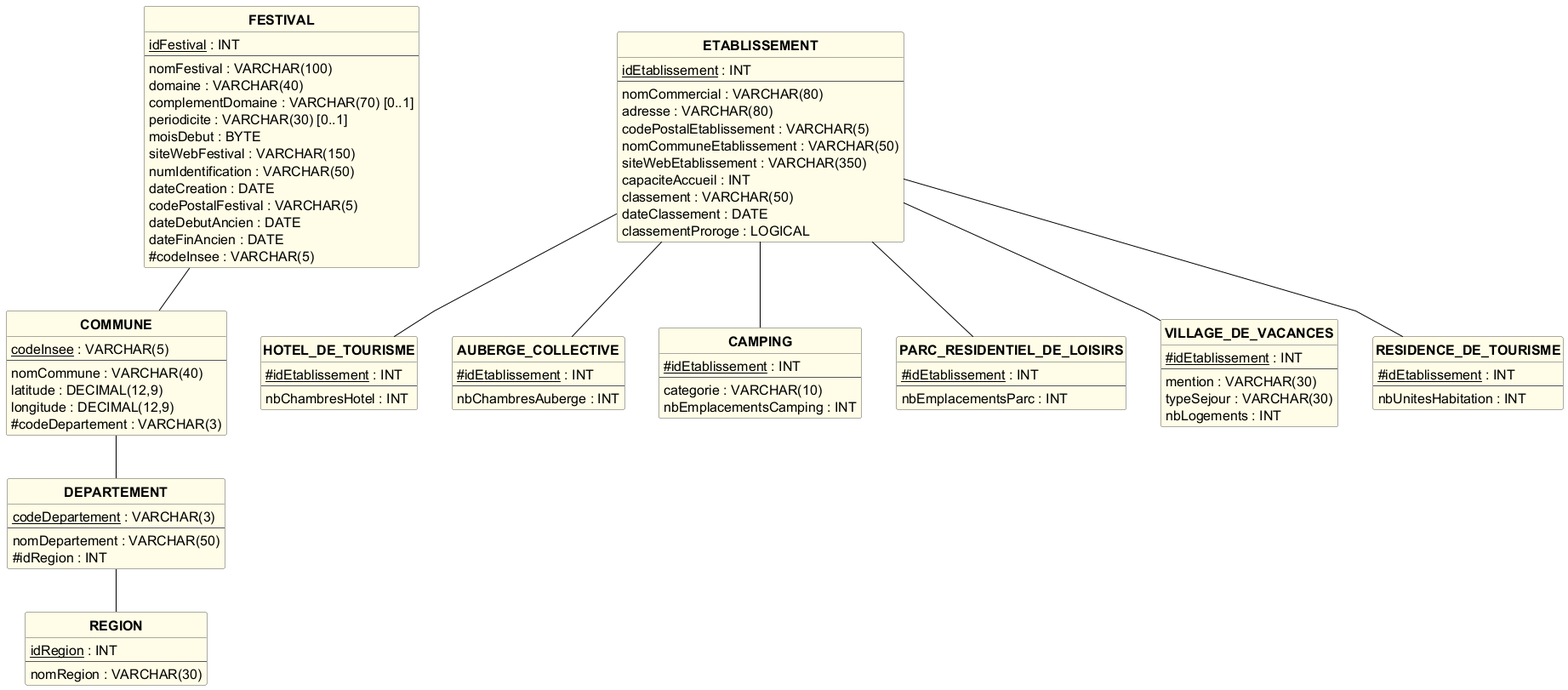
The PlantUML diagram docs/Output_Diagramme/MLD_retro_conception.png in GalsenBoy38/projet-bdi-2026, before a commit.
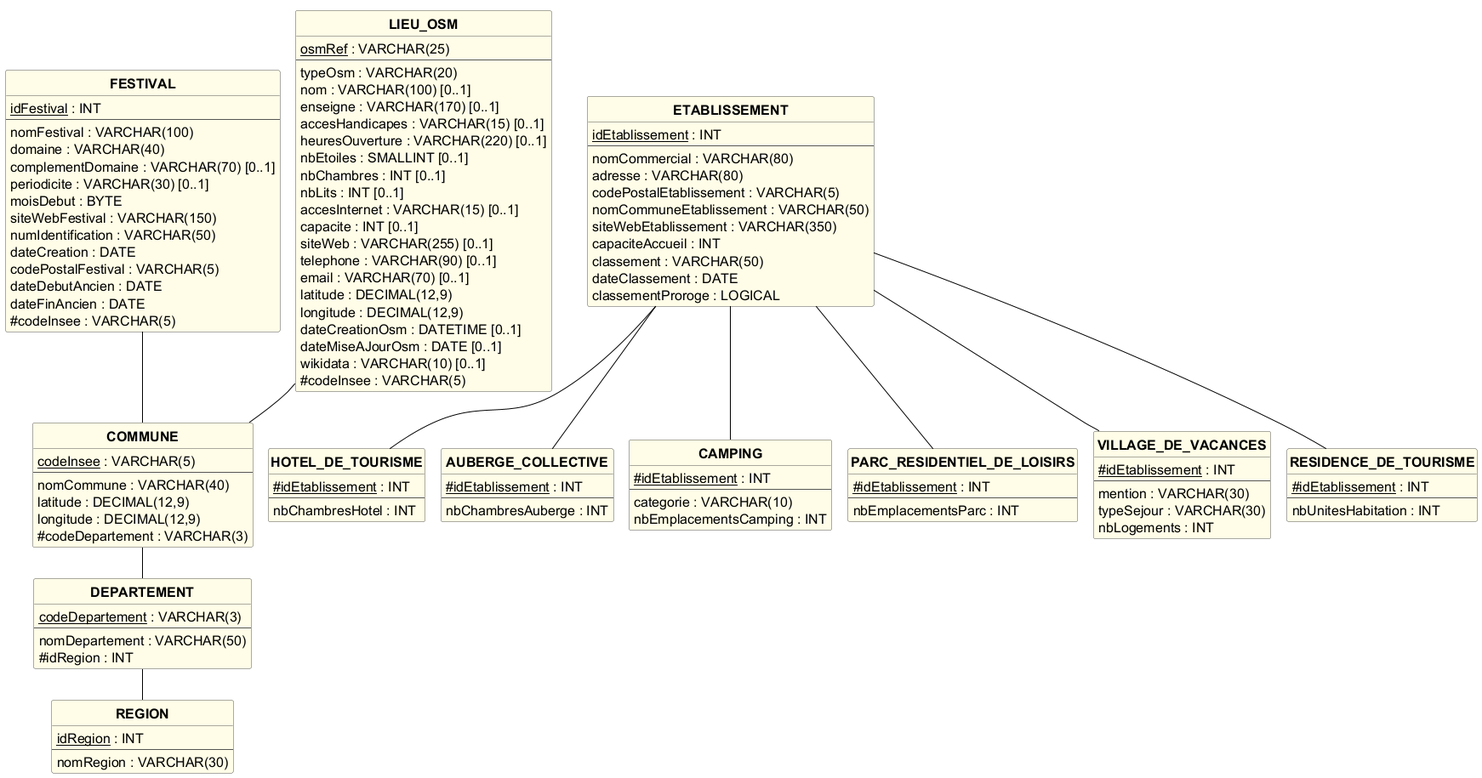
The same diagram one commit later.

Change to the diagram source:
```diff
@@ -1,4 +1,5 @@
 @startuml MLD_retro_conception
+!pragma layout smetana
 hide circle
 hide methods
 hide stereotype
@@ -108,7 +109,32 @@
   nbUnitesHabitation : INT
 }
 
+entity "LIEU_OSM" as LieuOsm {
+  <u>osmRef</u> : VARCHAR(25)
+  --
+  typeOsm : VARCHAR(20)
+  nom : VARCHAR(100) [0..1]
+  enseigne : VARCHAR(170) [0..1]
+  accesHandicapes : VARCHAR(15) [0..1]
+  heuresOuverture : VARCHAR(220) [0..1]
+  nbEtoiles : SMALLINT [0..1]
+  nbChambres : INT [0..1]
+  nbLits : INT [0..1]
+  accesInternet : VARCHAR(15) [0..1]
+  capacite : INT [0..1]
+  siteWeb : VARCHAR(255) [0..1]
+  telephone : VARCHAR(90) [0..1]
+  email : VARCHAR(70) [0..1]
+  latitude : DECIMAL(12,9)
+  longitude : DECIMAL(12,9)
+  dateCreationOsm : DATETIME [0..1]
+  dateMiseAJourOsm : DATE [0..1]
+  wikidata : VARCHAR(10) [0..1]
+  #codeInsee : VARCHAR(5)
+}
+
 Festival -- Commune
+LieuOsm -- Commune
 Commune -- Departement
 Departement -- Region
 
```
